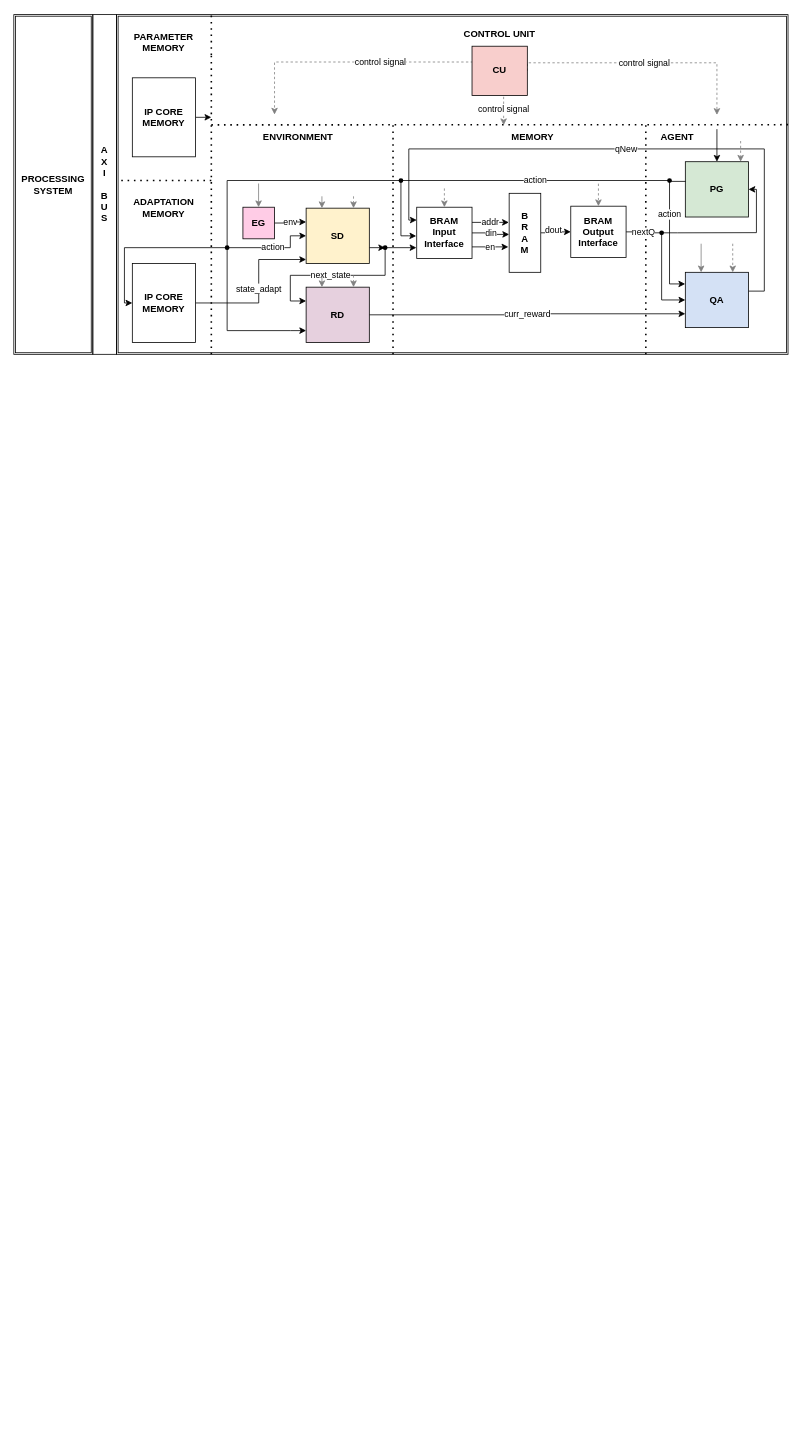
The draw.io diagram page "Sytem" (3 of 7) of documentation/conference_material/intelight.drawio in zulfikarna/intelligent_traffic_light, before the edit. Source tidied: cells renumbered, new cells numbered last; positions are measured from the earlier drawing's top-left corner, leaving out a move shared by most shapes. Both pictures are drawn from the tidied source at 79%, with x=0, y=0 at pixel (13, 14).
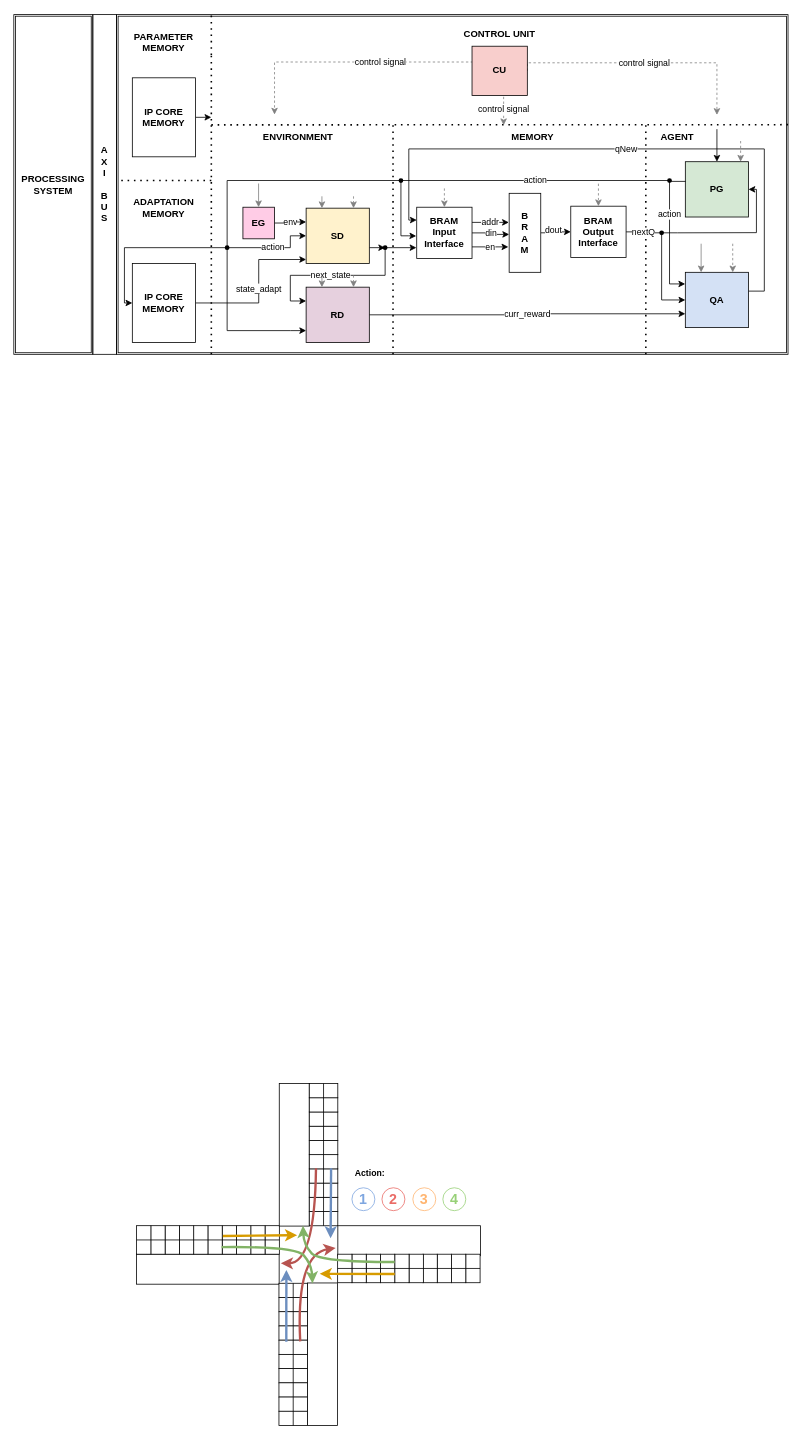
After the change.

Change to the diagram source:
```diff
@@
+    <mxCell id="71" style="whiteSpace=wrap;html=1;fontSize=10;rotation=-90;" parent="1" vertex="1">
+      <mxGeometry x="226.6" y="1497.8" width="38" height="180.5" as="geometry" />
+    </mxCell>
@@
+    <mxCell id="72" style="rounded=0;whiteSpace=wrap;html=1;fontFamily=Helvetica;fontSize=10;fontColor=default;align=center;strokeColor=default;fillColor=default;" parent="1" vertex="1">
+      <mxGeometry x="318" y="1533" width="18.1" height="36.1" as="geometry" />
+    </mxCell>
+    <mxCell id="73" style="rounded=0;whiteSpace=wrap;html=1;fontFamily=Helvetica;fontSize=10;fontColor=default;align=center;strokeColor=default;fillColor=default;" parent="1" vertex="1">
+      <mxGeometry x="299.9" y="1533" width="18.1" height="36.1" as="geometry" />
+    </mxCell>
+    <mxCell id="74" style="rounded=0;whiteSpace=wrap;html=1;fontFamily=Helvetica;fontSize=10;fontColor=default;align=center;strokeColor=default;fillColor=default;" parent="1" vertex="1">
+      <mxGeometry x="281.9" y="1533" width="18.1" height="36.1" as="geometry" />
+    </mxCell>
+    <mxCell id="75" style="rounded=0;whiteSpace=wrap;html=1;fontFamily=Helvetica;fontSize=10;fontColor=default;align=center;strokeColor=default;fillColor=default;" parent="1" vertex="1">
+      <mxGeometry x="263.8" y="1533" width="18.1" height="36.1" as="geometry" />
+    </mxCell>
+    <mxCell id="76" style="rounded=0;whiteSpace=wrap;html=1;fontFamily=Helvetica;fontSize=10;fontColor=default;align=center;strokeColor=default;fillColor=default;" parent="1" vertex="1">
+      <mxGeometry x="245.7" y="1533" width="18.1" height="36.1" as="geometry" />
+    </mxCell>
+    <mxCell id="77" style="rounded=0;whiteSpace=wrap;html=1;fontFamily=Helvetica;fontSize=10;fontColor=default;align=center;strokeColor=default;fillColor=default;" parent="1" vertex="1">
+      <mxGeometry x="227.6" y="1533" width="18.1" height="36.1" as="geometry" />
+    </mxCell>
+    <mxCell id="78" style="rounded=0;whiteSpace=wrap;html=1;fontFamily=Helvetica;fontSize=10;fontColor=default;align=center;strokeColor=default;fillColor=default;" parent="1" vertex="1">
+      <mxGeometry x="209.6" y="1533" width="18.1" height="36.1" as="geometry" />
+    </mxCell>
+    <mxCell id="79" style="rounded=0;whiteSpace=wrap;html=1;fontFamily=Helvetica;fontSize=10;fontColor=default;align=center;strokeColor=default;fillColor=default;" parent="1" vertex="1">
+      <mxGeometry x="191.5" y="1533" width="18.1" height="36.1" as="geometry" />
+    </mxCell>
+    <mxCell id="80" style="rounded=0;whiteSpace=wrap;html=1;fontFamily=Helvetica;fontSize=10;fontColor=default;align=center;strokeColor=default;fillColor=default;" parent="1" vertex="1">
+      <mxGeometry x="173.4" y="1533" width="18.1" height="36.1" as="geometry" />
+    </mxCell>
+    <mxCell id="81" style="rounded=0;whiteSpace=wrap;html=1;fontFamily=Helvetica;fontSize=10;fontColor=default;align=center;strokeColor=default;fillColor=default;" parent="1" vertex="1">
+      <mxGeometry x="155.4" y="1533" width="18.1" height="36.1" as="geometry" />
+    </mxCell>
+    <mxCell id="82" style="group;rotation=90;" parent="1" vertex="1">
+      <mxGeometry x="283" y="1406" width="180.7" height="74" as="geometry" />
+    </mxCell>
+    <mxCell id="83" style="whiteSpace=wrap;html=1;fontSize=10;rotation=0;" parent="82" vertex="1">
+      <mxGeometry x="53" y="-53" width="38" height="180.5" as="geometry" />
+    </mxCell>
+    <mxCell id="84" style="rounded=0;whiteSpace=wrap;html=1;fontFamily=Helvetica;fontSize=10;fontColor=default;align=center;strokeColor=default;fillColor=default;rotation=90;" parent="82" vertex="1">
+      <mxGeometry x="100" y="100" width="18.1" height="36.1" as="geometry" />
+    </mxCell>
+    <mxCell id="85" style="rounded=0;whiteSpace=wrap;html=1;fontFamily=Helvetica;fontSize=10;fontColor=default;align=center;strokeColor=default;fillColor=default;rotation=90;" parent="82" vertex="1">
+      <mxGeometry x="100" y="82" width="18.1" height="36.1" as="geometry" />
+    </mxCell>
+    <mxCell id="86" style="rounded=0;whiteSpace=wrap;html=1;fontFamily=Helvetica;fontSize=10;fontColor=default;align=center;strokeColor=default;fillColor=default;rotation=90;" parent="82" vertex="1">
+      <mxGeometry x="100" y="64" width="18.1" height="36.1" as="geometry" />
+    </mxCell>
+    <mxCell id="87" style="rounded=0;whiteSpace=wrap;html=1;fontFamily=Helvetica;fontSize=10;fontColor=default;align=center;strokeColor=default;fillColor=default;rotation=90;" parent="82" vertex="1">
+      <mxGeometry x="100" y="46" width="18.1" height="36.1" as="geometry" />
+    </mxCell>
+    <mxCell id="88" style="rounded=0;whiteSpace=wrap;html=1;fontFamily=Helvetica;fontSize=10;fontColor=default;align=center;strokeColor=default;fillColor=default;rotation=90;" parent="82" vertex="1">
+      <mxGeometry x="100" y="28" width="18.1" height="36.1" as="geometry" />
+    </mxCell>
+    <mxCell id="89" style="rounded=0;whiteSpace=wrap;html=1;fontFamily=Helvetica;fontSize=10;fontColor=default;align=center;strokeColor=default;fillColor=default;rotation=90;" parent="82" vertex="1">
+      <mxGeometry x="100" y="10" width="18.1" height="36.1" as="geometry" />
+    </mxCell>
+    <mxCell id="90" style="rounded=0;whiteSpace=wrap;html=1;fontFamily=Helvetica;fontSize=10;fontColor=default;align=center;strokeColor=default;fillColor=default;rotation=90;" parent="82" vertex="1">
+      <mxGeometry x="100" y="-8" width="18.1" height="36.1" as="geometry" />
+    </mxCell>
+    <mxCell id="91" style="rounded=0;whiteSpace=wrap;html=1;fontFamily=Helvetica;fontSize=10;fontColor=default;align=center;strokeColor=default;fillColor=default;rotation=90;" parent="82" vertex="1">
+      <mxGeometry x="100" y="-26" width="18.1" height="36.1" as="geometry" />
+    </mxCell>
+    <mxCell id="92" style="rounded=0;whiteSpace=wrap;html=1;fontFamily=Helvetica;fontSize=10;fontColor=default;align=center;strokeColor=default;fillColor=default;rotation=90;" parent="82" vertex="1">
+      <mxGeometry x="100" y="-44" width="18.1" height="36.1" as="geometry" />
+    </mxCell>
+    <mxCell id="93" style="rounded=0;whiteSpace=wrap;html=1;fontFamily=Helvetica;fontSize=10;fontColor=default;align=center;strokeColor=default;fillColor=default;rotation=90;" parent="82" vertex="1">
+      <mxGeometry x="100" y="-62" width="18.1" height="36.1" as="geometry" />
+    </mxCell>
+    <mxCell id="94" style="endArrow=none;html=1;rounded=0;strokeWidth=1;fontSize=10;entryX=0;entryY=0.5;entryDx=0;entryDy=0;exitX=1;exitY=0.5;exitDx=0;exitDy=0;" parent="82" edge="1" source="84" target="93">
+      <mxGeometry relative="1" as="geometry" />
+    </mxCell>
+    <mxCell id="95" style="endArrow=none;html=1;rounded=0;strokeWidth=1;fontSize=10;entryX=0;entryY=0.5;entryDx=0;entryDy=0;exitX=1;exitY=0.5;exitDx=0;exitDy=0;" parent="1" edge="1" source="72" target="81">
+      <mxGeometry relative="1" as="geometry" />
+    </mxCell>
+    <mxCell id="96" style="whiteSpace=wrap;html=1;fontSize=10;rotation=-90;" parent="1" vertex="1">
+      <mxGeometry x="481.4" y="1461.8" width="38" height="180.5" as="geometry" />
+    </mxCell>
+    <mxCell id="97" style="rounded=0;whiteSpace=wrap;html=1;fontFamily=Helvetica;fontSize=10;fontColor=default;align=center;strokeColor=default;fillColor=default;" parent="1" vertex="1">
+      <mxGeometry x="572.1" y="1569.1" width="18.1" height="36.1" as="geometry" />
+    </mxCell>
+    <mxCell id="98" style="rounded=0;whiteSpace=wrap;html=1;fontFamily=Helvetica;fontSize=10;fontColor=default;align=center;strokeColor=default;fillColor=default;" parent="1" vertex="1">
+      <mxGeometry x="554" y="1569.1" width="18.1" height="36.1" as="geometry" />
+    </mxCell>
+    <mxCell id="99" style="rounded=0;whiteSpace=wrap;html=1;fontFamily=Helvetica;fontSize=10;fontColor=default;align=center;strokeColor=default;fillColor=default;" parent="1" vertex="1">
+      <mxGeometry x="536" y="1569.1" width="18.1" height="36.1" as="geometry" />
+    </mxCell>
+    <mxCell id="100" style="rounded=0;whiteSpace=wrap;html=1;fontFamily=Helvetica;fontSize=10;fontColor=default;align=center;strokeColor=default;fillColor=default;" parent="1" vertex="1">
+      <mxGeometry x="517.9" y="1569.1" width="18.1" height="36.1" as="geometry" />
+    </mxCell>
+    <mxCell id="101" style="rounded=0;whiteSpace=wrap;html=1;fontFamily=Helvetica;fontSize=10;fontColor=default;align=center;strokeColor=default;fillColor=default;" parent="1" vertex="1">
+      <mxGeometry x="500.3" y="1569.1" width="18.1" height="36.1" as="geometry" />
+    </mxCell>
+    <mxCell id="102" style="rounded=0;whiteSpace=wrap;html=1;fontFamily=Helvetica;fontSize=10;fontColor=default;align=center;strokeColor=default;fillColor=default;" parent="1" vertex="1">
+      <mxGeometry x="482.2" y="1569.1" width="18.1" height="36.1" as="geometry" />
+    </mxCell>
+    <mxCell id="103" style="rounded=0;whiteSpace=wrap;html=1;fontFamily=Helvetica;fontSize=10;fontColor=default;align=center;strokeColor=default;fillColor=default;" parent="1" vertex="1">
+      <mxGeometry x="464.1" y="1569.1" width="18.1" height="36.1" as="geometry" />
+    </mxCell>
+    <mxCell id="104" style="rounded=0;whiteSpace=wrap;html=1;fontFamily=Helvetica;fontSize=10;fontColor=default;align=center;strokeColor=default;fillColor=default;" parent="1" vertex="1">
+      <mxGeometry x="446.1" y="1569.1" width="18.1" height="36.1" as="geometry" />
+    </mxCell>
+    <mxCell id="105" style="rounded=0;whiteSpace=wrap;html=1;fontFamily=Helvetica;fontSize=10;fontColor=default;align=center;strokeColor=default;fillColor=default;" parent="1" vertex="1">
+      <mxGeometry x="428" y="1569.1" width="18.1" height="36.1" as="geometry" />
+    </mxCell>
+    <mxCell id="106" style="rounded=0;whiteSpace=wrap;html=1;fontFamily=Helvetica;fontSize=10;fontColor=default;align=center;strokeColor=default;fillColor=default;" parent="1" vertex="1">
+      <mxGeometry x="409.9" y="1569.1" width="18.1" height="36.1" as="geometry" />
+    </mxCell>
+    <mxCell id="107" style="endArrow=none;html=1;rounded=0;strokeWidth=1;fontSize=10;exitX=1;exitY=0.5;exitDx=0;exitDy=0;entryX=0;entryY=0.5;entryDx=0;entryDy=0;" parent="1" edge="1" source="97" target="106">
+      <mxGeometry relative="1" as="geometry" />
+    </mxCell>
+    <mxCell id="108" style="group;rotation=90;flipH=1;flipV=1;" parent="1" vertex="1">
+      <mxGeometry x="282" y="1659" width="180.7" height="74" as="geometry" />
+    </mxCell>
+    <mxCell id="109" style="whiteSpace=wrap;html=1;fontSize=10;rotation=0;" parent="108" vertex="1">
+      <mxGeometry x="89.8" y="-53.5" width="38" height="180.5" as="geometry" />
+    </mxCell>
+    <mxCell id="110" style="rounded=0;whiteSpace=wrap;html=1;fontFamily=Helvetica;fontSize=10;fontColor=default;align=center;strokeColor=default;fillColor=default;rotation=90;" parent="108" vertex="1">
+      <mxGeometry x="62.6" y="-62.1" width="18.1" height="36.1" as="geometry" />
+    </mxCell>
+    <mxCell id="111" style="rounded=0;whiteSpace=wrap;html=1;fontFamily=Helvetica;fontSize=10;fontColor=default;align=center;strokeColor=default;fillColor=default;rotation=90;" parent="108" vertex="1">
+      <mxGeometry x="62.6" y="-44.1" width="18.1" height="36.1" as="geometry" />
+    </mxCell>
+    <mxCell id="112" style="rounded=0;whiteSpace=wrap;html=1;fontFamily=Helvetica;fontSize=10;fontColor=default;align=center;strokeColor=default;fillColor=default;rotation=90;" parent="108" vertex="1">
+      <mxGeometry x="62.6" y="-26.1" width="18.1" height="36.1" as="geometry" />
+    </mxCell>
+    <mxCell id="113" style="rounded=0;whiteSpace=wrap;html=1;fontFamily=Helvetica;fontSize=10;fontColor=default;align=center;strokeColor=default;fillColor=default;rotation=90;" parent="108" vertex="1">
+      <mxGeometry x="62.6" y="-8.1" width="18.1" height="36.1" as="geometry" />
+    </mxCell>
+    <mxCell id="114" style="rounded=0;whiteSpace=wrap;html=1;fontFamily=Helvetica;fontSize=10;fontColor=default;align=center;strokeColor=default;fillColor=default;rotation=90;" parent="108" vertex="1">
+      <mxGeometry x="62.6" y="9.9" width="18.1" height="36.1" as="geometry" />
+    </mxCell>
+    <mxCell id="115" style="rounded=0;whiteSpace=wrap;html=1;fontFamily=Helvetica;fontSize=10;fontColor=default;align=center;strokeColor=default;fillColor=default;rotation=90;" parent="108" vertex="1">
+      <mxGeometry x="62.6" y="27.9" width="18.1" height="36.1" as="geometry" />
+    </mxCell>
+    <mxCell id="116" style="rounded=0;whiteSpace=wrap;html=1;fontFamily=Helvetica;fontSize=10;fontColor=default;align=center;strokeColor=default;fillColor=default;rotation=90;" parent="108" vertex="1">
+      <mxGeometry x="62.6" y="45.9" width="18.1" height="36.1" as="geometry" />
+    </mxCell>
+    <mxCell id="117" style="rounded=0;whiteSpace=wrap;html=1;fontFamily=Helvetica;fontSize=10;fontColor=default;align=center;strokeColor=default;fillColor=default;rotation=90;" parent="108" vertex="1">
+      <mxGeometry x="62.6" y="63.9" width="18.1" height="36.1" as="geometry" />
+    </mxCell>
+    <mxCell id="118" style="rounded=0;whiteSpace=wrap;html=1;fontFamily=Helvetica;fontSize=10;fontColor=default;align=center;strokeColor=default;fillColor=default;rotation=90;" parent="108" vertex="1">
+      <mxGeometry x="62.6" y="81.9" width="18.1" height="36.1" as="geometry" />
+    </mxCell>
+    <mxCell id="119" style="rounded=0;whiteSpace=wrap;html=1;fontFamily=Helvetica;fontSize=10;fontColor=default;align=center;strokeColor=default;fillColor=default;rotation=90;" parent="108" vertex="1">
+      <mxGeometry x="62.6" y="99.9" width="18.1" height="36.1" as="geometry" />
+    </mxCell>
+    <mxCell id="120" style="endArrow=none;html=1;rounded=0;strokeWidth=1;fontSize=10;entryX=1;entryY=0.5;entryDx=0;entryDy=0;exitX=0;exitY=0.5;exitDx=0;exitDy=0;" parent="108" edge="1" source="110" target="119">
+      <mxGeometry relative="1" as="geometry" />
+    </mxCell>
+    <mxCell id="121" style="endArrow=classic;html=1;rounded=0;strokeWidth=3;fontSize=10;fillColor=#dae8fc;strokeColor=#6c8ebf;exitX=0.317;exitY=1.009;exitDx=0;exitDy=0;exitPerimeter=0;" parent="1" edge="1">
+      <mxGeometry relative="1" as="geometry">
+        <mxPoint x="344.9" y="1679.8" as="sourcePoint" />
+        <mxPoint x="345" y="1589" as="targetPoint" />
+      </mxGeometry>
+    </mxCell>
+    <mxCell id="122" style="endArrow=classic;html=1;rounded=0;strokeWidth=3;fontSize=10;fillColor=#dae8fc;strokeColor=#6c8ebf;exitX=0.75;exitY=0;exitDx=0;exitDy=0;" parent="1" edge="1">
+      <mxGeometry relative="1" as="geometry">
+        <mxPoint x="401.6" y="1460.3" as="sourcePoint" />
+        <mxPoint x="401" y="1549" as="targetPoint" />
+      </mxGeometry>
+    </mxCell>
+    <mxCell id="123" style="curved=1;endArrow=classic;html=1;rounded=0;strokeWidth=3;fontSize=10;fillColor=#f8cecc;strokeColor=#b85450;entryX=0.25;entryY=0;entryDx=0;entryDy=0;exitX=0.25;exitY=0;exitDx=0;exitDy=0;" parent="1" edge="1">
+      <mxGeometry relative="1" as="geometry">
+        <mxPoint x="382.5" y="1460.3" as="sourcePoint" />
+        <mxPoint x="338" y="1580.5" as="targetPoint" />
+        <Array as="points">
+          <mxPoint x="381" y="1581" />
+        </Array>
+      </mxGeometry>
+    </mxCell>
+    <mxCell id="124" style="curved=1;endArrow=classic;html=1;rounded=0;strokeWidth=3;fontSize=10;fillColor=#f8cecc;strokeColor=#b85450;exitX=0.75;exitY=1;exitDx=0;exitDy=0;" parent="1" edge="1">
+      <mxGeometry relative="1" as="geometry">
+        <mxPoint x="362.5" y="1679.5" as="sourcePoint" />
+        <mxPoint x="407.4" y="1561.1" as="targetPoint" />
+        <Array as="points">
+          <mxPoint x="357" y="1569" />
+        </Array>
+      </mxGeometry>
+    </mxCell>
+    <mxCell id="125" style="curved=1;endArrow=classic;html=1;rounded=0;strokeWidth=3;fontSize=10;fillColor=#d5e8d4;strokeColor=#82b366;exitX=0.75;exitY=1;exitDx=0;exitDy=0;" parent="1" edge="1">
+      <mxGeometry relative="1" as="geometry">
+        <mxPoint x="482.1" y="1579" as="sourcePoint" />
+        <mxPoint x="366" y="1533.1" as="targetPoint" />
+        <Array as="points">
+          <mxPoint x="387" y="1579" />
+          <mxPoint x="367" y="1557.1" />
+        </Array>
+      </mxGeometry>
+    </mxCell>
+    <mxCell id="126" style="curved=1;endArrow=classic;html=1;rounded=0;strokeWidth=3;fontSize=10;fillColor=#d5e8d4;strokeColor=#82b366;exitX=0.25;exitY=0;exitDx=0;exitDy=0;" parent="1" edge="1">
+      <mxGeometry relative="1" as="geometry">
+        <mxPoint x="263" y="1560.1" as="sourcePoint" />
+        <mxPoint x="378" y="1606.1" as="targetPoint" />
+        <Array as="points">
+          <mxPoint x="357" y="1559" />
+          <mxPoint x="377" y="1582.1" />
+        </Array>
+      </mxGeometry>
+    </mxCell>
+    <mxCell id="127" style="endArrow=classic;html=1;rounded=0;strokeWidth=3;fontSize=10;fillColor=#ffe6cc;strokeColor=#d79b00;exitX=0.25;exitY=0;exitDx=0;exitDy=0;" parent="1" edge="1">
+      <mxGeometry relative="1" as="geometry">
+        <mxPoint x="482.2" y="1594.1" as="sourcePoint" />
+        <mxPoint x="387.2" y="1594" as="targetPoint" />
+      </mxGeometry>
+    </mxCell>
+    <mxCell id="128" style="endArrow=classic;html=1;rounded=0;strokeWidth=3;fontSize=10;fillColor=#ffe6cc;strokeColor=#d79b00;exitX=0.75;exitY=0;exitDx=0;exitDy=0;" parent="1" edge="1">
+      <mxGeometry relative="1" as="geometry">
+        <mxPoint x="264.6" y="1546" as="sourcePoint" />
+        <mxPoint x="358.6" y="1545" as="targetPoint" />
+      </mxGeometry>
+    </mxCell>
+    <mxCell id="129" value="&lt;font style=&quot;font-size: 18px;&quot; color=&quot;#7ea6e0&quot;&gt;&lt;b&gt;1&lt;/b&gt;&lt;/font&gt;" style="ellipse;whiteSpace=wrap;html=1;fontSize=15;strokeColor=#7EA6E0;" parent="1" vertex="1">
+      <mxGeometry x="428" y="1485" width="29" height="29" as="geometry" />
+    </mxCell>
+    <mxCell id="130" value="&lt;font color=&quot;#ea6b66&quot; style=&quot;font-size: 18px;&quot;&gt;&lt;b style=&quot;&quot;&gt;2&lt;/b&gt;&lt;/font&gt;" style="ellipse;whiteSpace=wrap;html=1;fontSize=15;strokeColor=#EA6B66;" parent="1" vertex="1">
+      <mxGeometry x="466" y="1485" width="29" height="29" as="geometry" />
+    </mxCell>
+    <mxCell id="131" value="&lt;font color=&quot;#ffb570&quot; style=&quot;font-size: 18px;&quot;&gt;&lt;b style=&quot;&quot;&gt;3&lt;/b&gt;&lt;/font&gt;" style="ellipse;whiteSpace=wrap;html=1;fontSize=15;strokeColor=#FFB570;" parent="1" vertex="1">
+      <mxGeometry x="505.1" y="1485" width="29" height="29" as="geometry" />
+    </mxCell>
+    <mxCell id="132" value="&lt;font color=&quot;#97d077&quot; style=&quot;font-size: 18px;&quot;&gt;&lt;b style=&quot;&quot;&gt;4&lt;/b&gt;&lt;/font&gt;" style="ellipse;whiteSpace=wrap;html=1;fontSize=15;strokeColor=#97D077;" parent="1" vertex="1">
+      <mxGeometry x="543.1" y="1485" width="29" height="29" as="geometry" />
+    </mxCell>
+    <mxCell id="133" value="&lt;div style=&quot;text-align: justify;&quot;&gt;&lt;b style=&quot;font-size: 11px; color: rgb(0, 0, 0); background-color: initial;&quot;&gt;Action:&lt;/b&gt;&lt;/div&gt;" style="text;html=1;strokeColor=none;fillColor=none;align=left;verticalAlign=middle;whiteSpace=wrap;rounded=0;fontSize=18;fontColor=#97D077;" parent="1" vertex="1">
+      <mxGeometry x="430" y="1450" width="60" height="30" as="geometry" />
+    </mxCell>
```
